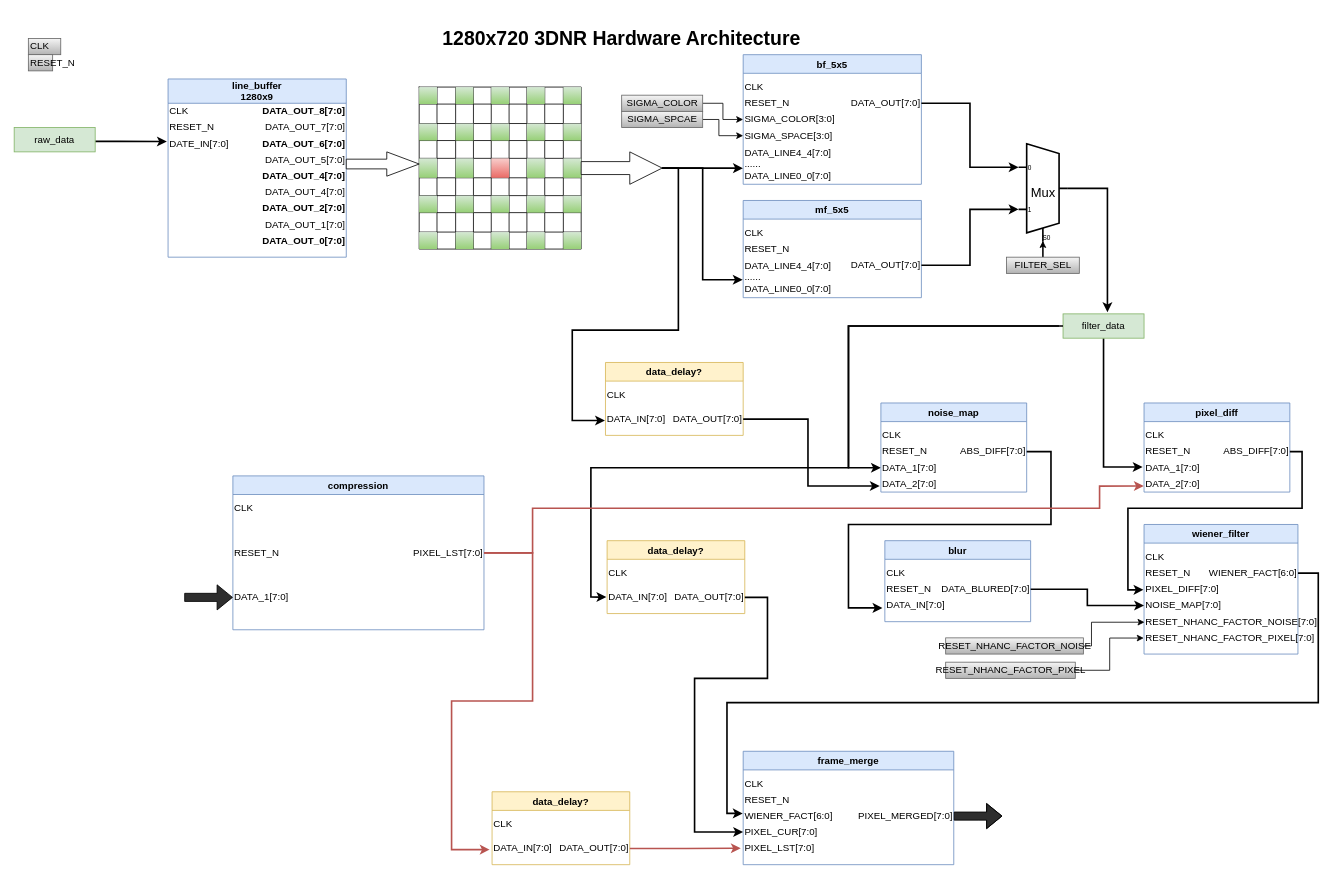
This is page "ModulePartation" (2 of 2) of 3DNR/3DNR_hardware.drawio from sustcsugar/draw.io, a draw.io file, before an edit. Source tidied: cells renumbered, new cells numbered last; positions are measured from the earlier drawing's top-left corner, leaving out a move shared by most shapes. Both pictures are drawn from the tidied source at 81%, with x=0, y=0 at pixel (14, 22).
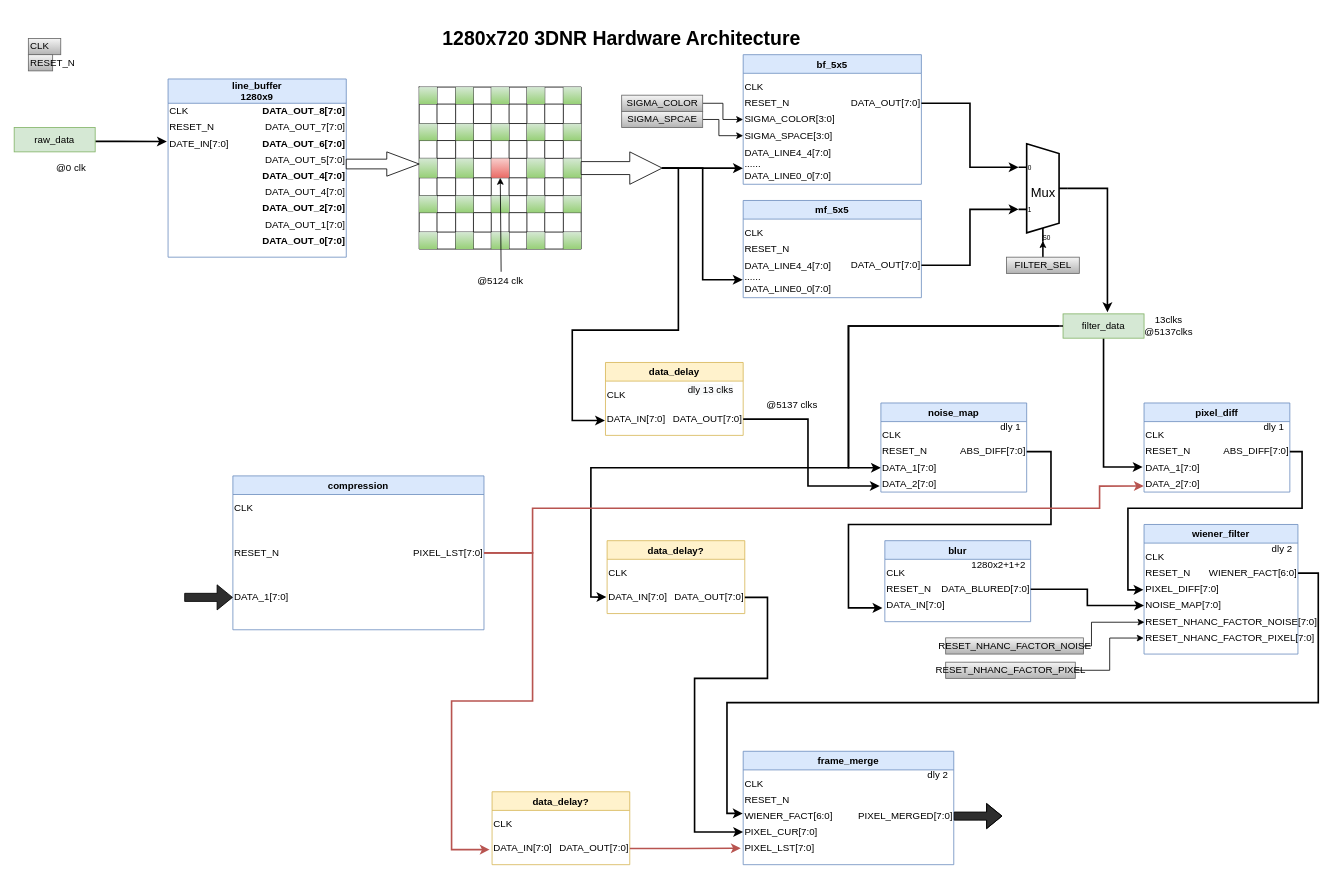
The same diagram, later.

Commit message:
2021-12-01 16:53:15 from SHI Gang

The change refers to these unchanged cells:
```xml
<mxCell id="27" value="noise_map" style="swimlane;align=center;fillColor=#dae8fc;strokeColor=#6c8ebf;" parent="1" vertex="1">
  <mxGeometry x="1070" y="470" width="180" height="110" as="geometry" />
</mxCell>
<mxCell id="33" value="pixel_diff" style="swimlane;align=center;fillColor=#dae8fc;strokeColor=#6c8ebf;flipH=0;flipV=0;" parent="1" vertex="1">
  <mxGeometry x="1394.9" y="470" width="180" height="110" as="geometry" />
</mxCell>
<mxCell id="39" value="wiener_filter" style="swimlane;fillColor=#dae8fc;strokeColor=#6c8ebf;" parent="1" vertex="1">
  <mxGeometry x="1394.9" y="620" width="190" height="160" as="geometry" />
</mxCell>
<mxCell id="47" value="blur" style="swimlane;fillColor=#dae8fc;strokeColor=#6c8ebf;startSize=23;" parent="1" vertex="1">
  <mxGeometry x="1074.9" y="640" width="180" height="100" as="geometry" />
</mxCell>
<mxCell id="106" style="shape=partialRectangle;fillColor=none;top=0;left=0;bottom=0;right=0;points=[[0,0.5],[1,0.5]];portConstraint=eastwest;" parent="65" vertex="1">
  <mxGeometry y="88" width="200" height="24" as="geometry" />
</mxCell>
<mxCell id="183" value="frame_merge" style="swimlane;fillColor=#dae8fc;strokeColor=#6c8ebf;" parent="1" vertex="1">
  <mxGeometry x="900" y="900" width="260" height="140" as="geometry" />
</mxCell>
```

The edit, as a diff of the source:
```diff
@@
+    <mxCell id="206" value="dly 1" style="text;html=1;align=center;verticalAlign=middle;strokeColor=none;fillColor=none;" parent="27" vertex="1">
+      <mxGeometry x="140" y="20" width="40" height="20" as="geometry" />
+    </mxCell>
@@
+    <mxCell id="207" value="dly 1" style="text;html=1;align=center;verticalAlign=middle;strokeColor=none;fillColor=none;" parent="33" vertex="1">
+      <mxGeometry x="140" y="20" width="40" height="20" as="geometry" />
+    </mxCell>
@@
+    <mxCell id="208" value="dly 2" style="text;html=1;align=center;verticalAlign=middle;strokeColor=none;fillColor=none;" parent="39" vertex="1">
+      <mxGeometry x="150" y="20" width="40" height="20" as="geometry" />
+    </mxCell>
@@
+    <mxCell id="209" value="1280x2+1+2" style="text;html=1;align=center;verticalAlign=middle;strokeColor=none;fillColor=none;" parent="47" vertex="1">
+      <mxGeometry x="100" y="20" width="80" height="20" as="geometry" />
+    </mxCell>
@@
-    <mxCell id="167" value="data_delay?" style="swimlane;fillColor=#fff2cc;strokeColor=#d6b656;" parent="1" vertex="1">
+    <mxCell id="167" value="data_delay" style="swimlane;fillColor=#fff2cc;strokeColor=#d6b656;" parent="1" vertex="1">
       <mxGeometry x="730" y="420" width="170" height="90" as="geometry" />
     </mxCell>
@@
+    <mxCell id="210" value="&lt;span style=&quot;color: rgb(0, 0, 0); font-family: helvetica; font-size: 12px; font-style: normal; font-weight: 400; letter-spacing: normal; text-align: center; text-indent: 0px; text-transform: none; word-spacing: 0px; background-color: rgb(248, 249, 250); display: inline; float: none;&quot;&gt;dly 13 clks&lt;/span&gt;" style="text;whiteSpace=wrap;html=1;" parent="167" vertex="1">
+      <mxGeometry x="100" y="20" width="60" height="20" as="geometry" />
+    </mxCell>
@@
+    <mxCell id="211" value="dly 2" style="text;html=1;align=center;verticalAlign=middle;strokeColor=none;fillColor=none;" parent="183" vertex="1">
+      <mxGeometry x="220" y="20" width="40" height="20" as="geometry" />
+    </mxCell>
@@
+    <mxCell id="212" value="@5124 clk" style="text;html=1;align=center;verticalAlign=middle;points=[];strokeColor=none;fillColor=none;" parent="1" vertex="1">
+      <mxGeometry x="565" y="310" width="70" height="20" as="geometry" />
+    </mxCell>
+    <mxCell id="213" style="endArrow=classic;html=1;rounded=0;exitX=0.517;exitY=-0.1;exitDx=0;exitDy=0;exitPerimeter=0;" parent="1" edge="1" source="212" target="106">
+      <mxGeometry relative="1" as="geometry" />
+    </mxCell>
+    <mxCell id="214" value="13clks&lt;br&gt;@5137clks" style="text;html=1;align=center;verticalAlign=middle;strokeColor=none;fillColor=none;" parent="1" vertex="1">
+      <mxGeometry x="1384.9" y="360" width="80" height="30" as="geometry" />
+    </mxCell>
+    <mxCell id="215" value="@0 clk" style="text;html=1;align=center;verticalAlign=middle;strokeColor=none;fillColor=none;" parent="1" vertex="1">
+      <mxGeometry x="45" y="170" width="50" height="20" as="geometry" />
+    </mxCell>
+    <mxCell id="216" value="&lt;br&gt;@5137 clks" style="text;html=1;align=center;verticalAlign=middle;strokeColor=none;fillColor=none;" parent="1" vertex="1">
+      <mxGeometry x="920" y="450" width="80" height="30" as="geometry" />
+    </mxCell>
```
